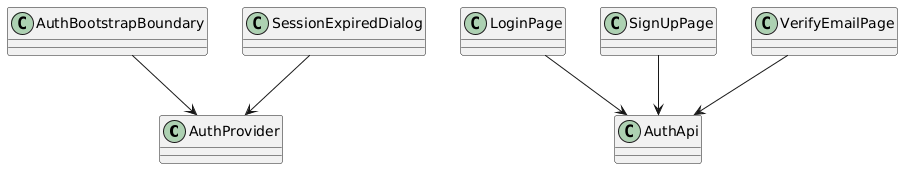
This is docs/detailed-designs/diagrams/rendered/fe_class_auth.png from QuinntyneBrown/LendQ, a PlantUML export, as it was before one commit.
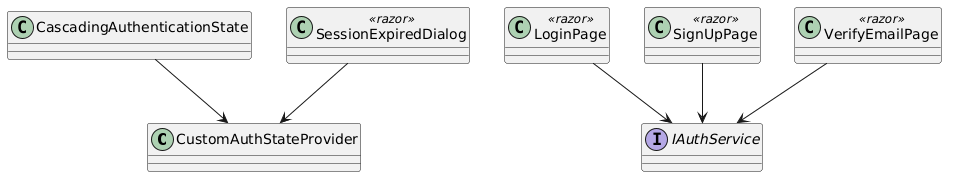
The same diagram one commit later.

The edit, as a diff of the source:
```diff
@@ -1,16 +1,16 @@
 @startuml
 skinparam classAttributeIconSize 0
-class AuthProvider
-class AuthBootstrapBoundary
-class LoginPage
-class SignUpPage
-class VerifyEmailPage
-class SessionExpiredDialog
-class AuthApi
+class CustomAuthStateProvider
+class CascadingAuthenticationState
+class LoginPage <<razor>>
+class SignUpPage <<razor>>
+class VerifyEmailPage <<razor>>
+class SessionExpiredDialog <<razor>>
+interface IAuthService
 
-AuthBootstrapBoundary --> AuthProvider
-LoginPage --> AuthApi
-SignUpPage --> AuthApi
-VerifyEmailPage --> AuthApi
-SessionExpiredDialog --> AuthProvider
+CascadingAuthenticationState --> CustomAuthStateProvider
+LoginPage --> IAuthService
+SignUpPage --> IAuthService
+VerifyEmailPage --> IAuthService
+SessionExpiredDialog --> CustomAuthStateProvider
 @enduml
```
